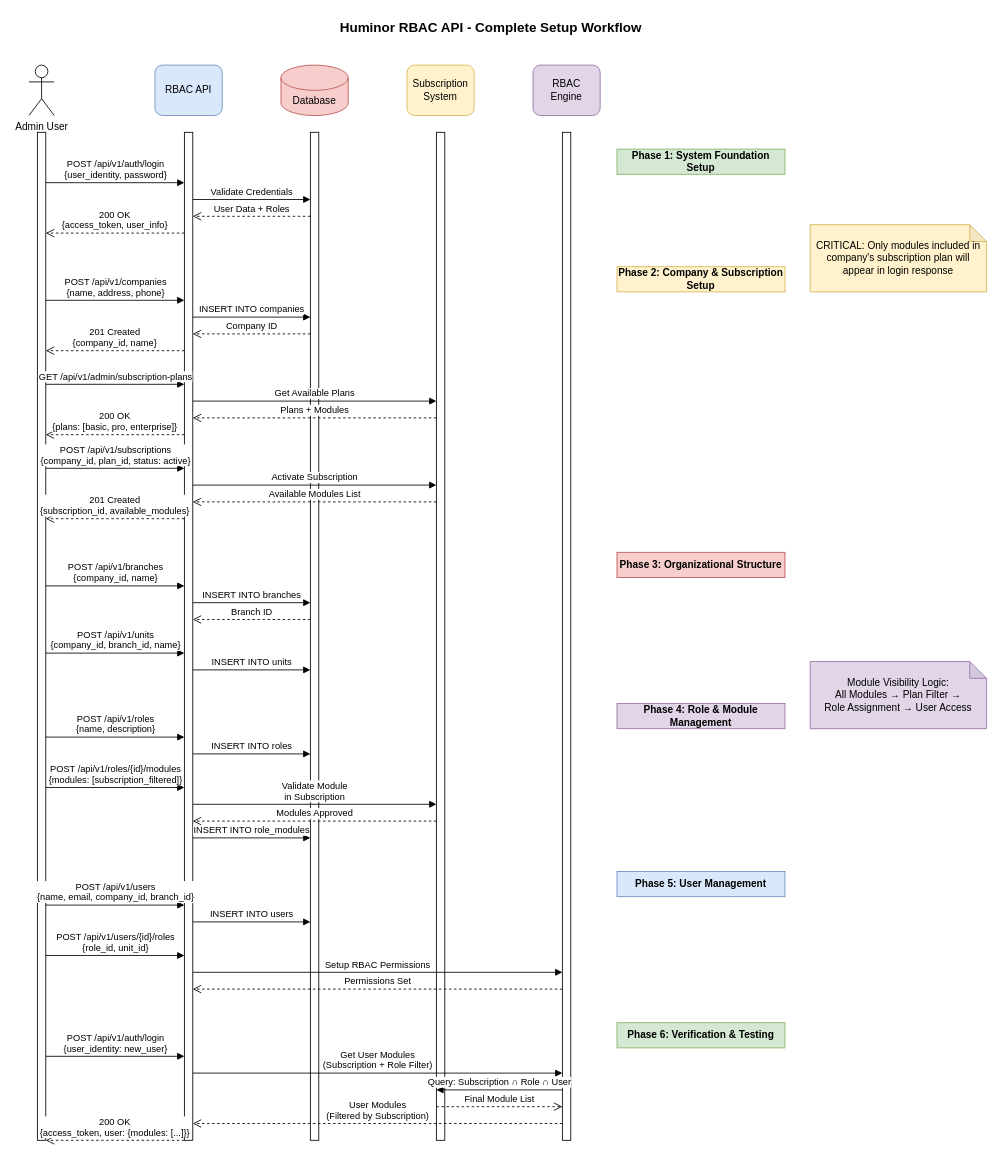
Before: docs/apidoc/API_WORKFLOW_SEQUENCE_DIAGRAM.drawio in hasbiarief/rbac_service, a draw.io diagram. Source tidied: cells renumbered, new cells numbered last; positions are measured from the earlier drawing's top-left corner, leaving out a move shared by most shapes. Both pictures are drawn from the tidied source at 84%, with x=0, y=0 at pixel (29, 14).
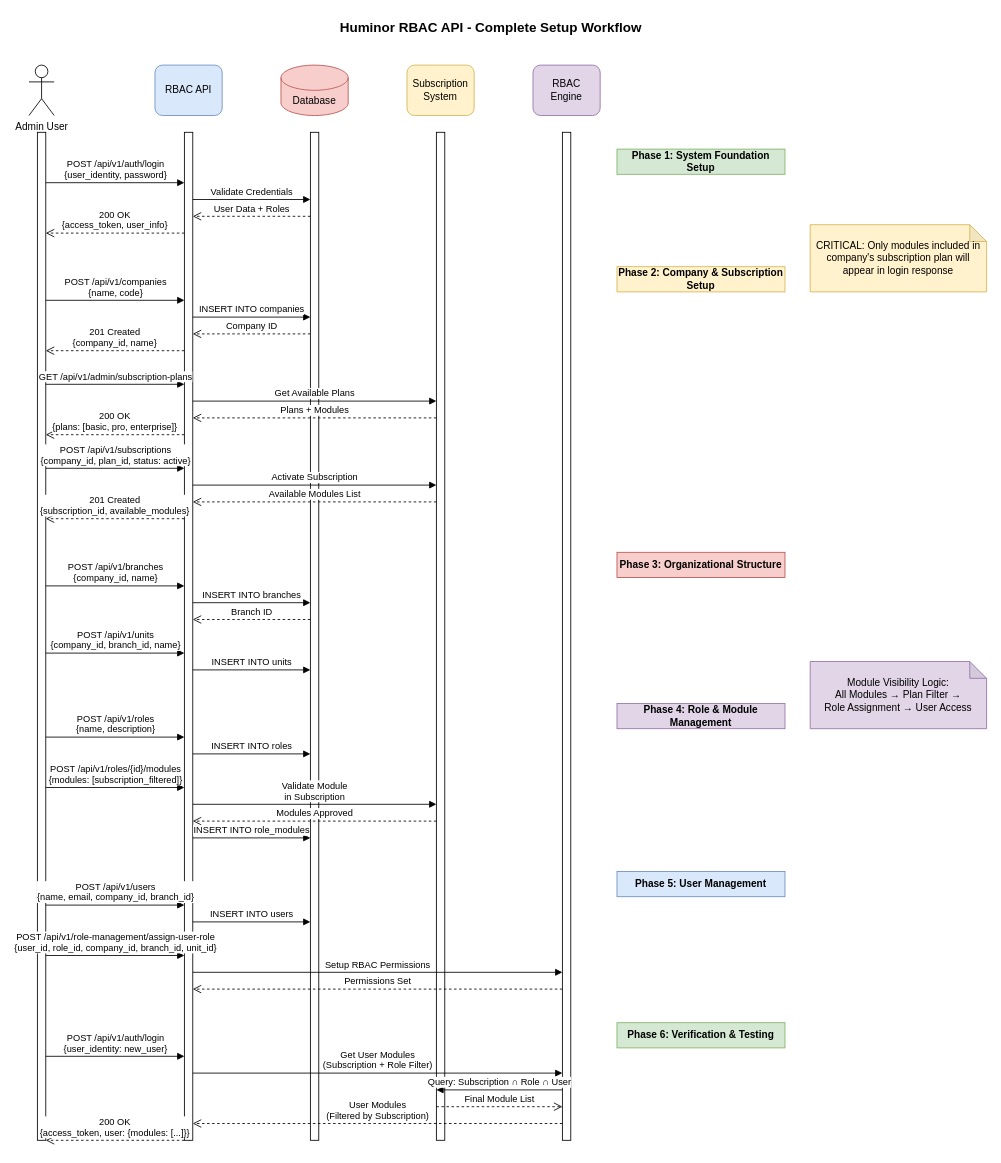
The same page after the edit.

The edit, as a diff of the source:
```diff
@@
-    <mxCell id="19" value="POST /api/v1/companies&#10;{name, address, phone}" style="html=1;verticalAlign=bottom;endArrow=block;curved=0;rounded=0;" parent="1" edge="1">
+    <mxCell id="19" value="POST /api/v1/companies&#10;{name, code}" style="html=1;verticalAlign=bottom;endArrow=block;curved=0;rounded=0;" parent="1" edge="1">
       <mxGeometry relative="1" as="geometry">
         <mxPoint x="20" y="340" as="sourcePoint" />
         <mxPoint x="185" y="340" as="targetPoint" />
       </mxGeometry>
     </mxCell>
@@
-    <mxCell id="47" value="POST /api/v1/users/{id}/roles&#10;{role_id, unit_id}" style="html=1;verticalAlign=bottom;endArrow=block;curved=0;rounded=0;" parent="1" edge="1">
+    <mxCell id="47" value="POST /api/v1/role-management/assign-user-role&#10;{user_id, role_id, company_id, branch_id, unit_id}" style="html=1;verticalAlign=bottom;endArrow=block;curved=0;rounded=0;" parent="1" edge="1">
       <mxGeometry relative="1" as="geometry">
         <mxPoint x="20" y="1120" as="sourcePoint" />
         <mxPoint x="185" y="1120" as="targetPoint" />
       </mxGeometry>
     </mxCell>
```
